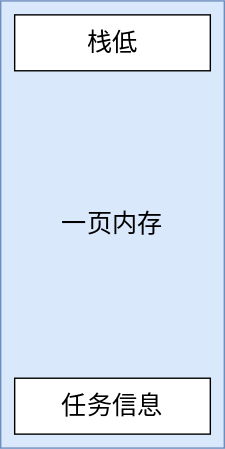
Earlier version of the draw.io export docs/images/task_01.drawio.svg (StevenBaby/onix). Source tidied: cells renumbered, new cells last; positions are measured from the earlier drawing's top-left corner, leaving out a move shared by most shapes.
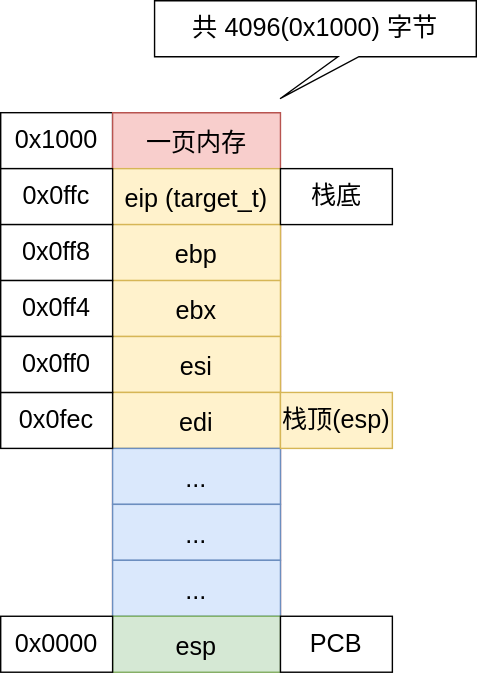
Above is the later version.

Diff of the diagram source:
```diff
@@ -2,14 +2,68 @@
   <root>
     <mxCell id="0" />
     <mxCell id="1" parent="0" />
+    <mxCell id="4" value="0x1000" style="rounded=0;whiteSpace=wrap;html=1;fontSize=18;" parent="1" vertex="1">
+      <mxGeometry x="240" y="120" width="80" height="40" as="geometry" />
+    </mxCell>
-    <mxCell id="2" value="一页内存" style="rounded=0;whiteSpace=wrap;html=1;fillColor=#dae8fc;strokeColor=#6c8ebf;fontSize=18;" parent="1" vertex="1">
-      <mxGeometry width="160" height="320" as="geometry" />
+    <mxCell id="2" value="一页内存" style="swimlane;fontStyle=0;horizontal=1;startSize=40;fillColor=#f8cecc;strokeColor=#b85450;fontSize=18;" parent="1" vertex="1">
+      <mxGeometry x="320" y="120" width="120" height="400" as="geometry" />
     </mxCell>
-    <mxCell id="3" value="栈低" style="rounded=0;whiteSpace=wrap;html=1;fontSize=18;" parent="1" vertex="1">
-      <mxGeometry x="10" y="10" width="140" height="40" as="geometry" />
-    </mxCell>
-    <mxCell id="4" value="任务信息" style="rounded=0;whiteSpace=wrap;html=1;fontSize=18;" parent="1" vertex="1">
-      <mxGeometry x="10" y="270" width="140" height="40" as="geometry" />
-    </mxCell>
+    <mxCell id="5" value="eip (target_t)" style="text;strokeColor=#d6b656;fillColor=#fff2cc;align=center;verticalAlign=middle;spacingLeft=4;spacingRight=4;overflow=hidden;fontSize=18;" parent="2" vertex="1">
+      <mxGeometry y="40" width="120" height="40" as="geometry" />
+    </mxCell>
+    <mxCell id="6" value="ebp" style="text;strokeColor=#d6b656;fillColor=#fff2cc;align=center;verticalAlign=middle;spacingLeft=4;spacingRight=4;overflow=hidden;fontSize=18;" parent="2" vertex="1">
+      <mxGeometry y="80" width="120" height="40" as="geometry" />
+    </mxCell>
+    <mxCell id="7" value="ebx" style="text;strokeColor=#d6b656;fillColor=#fff2cc;align=center;verticalAlign=middle;spacingLeft=4;spacingRight=4;overflow=hidden;fontSize=18;" parent="2" vertex="1">
+      <mxGeometry y="120" width="120" height="40" as="geometry" />
+    </mxCell>
+    <mxCell id="8" value="esi" style="text;strokeColor=#d6b656;fillColor=#fff2cc;align=center;verticalAlign=middle;spacingLeft=4;spacingRight=4;overflow=hidden;fontSize=18;" parent="2" vertex="1">
+      <mxGeometry y="160" width="120" height="40" as="geometry" />
+    </mxCell>
+    <mxCell id="9" value="edi" style="text;strokeColor=#d6b656;fillColor=#fff2cc;align=center;verticalAlign=middle;spacingLeft=4;spacingRight=4;overflow=hidden;fontSize=18;" parent="2" vertex="1">
+      <mxGeometry y="200" width="120" height="40" as="geometry" />
+    </mxCell>
+    <mxCell id="10" value="..." style="text;strokeColor=#6c8ebf;fillColor=#dae8fc;align=center;verticalAlign=middle;spacingLeft=4;spacingRight=4;overflow=hidden;fontSize=18;" parent="2" vertex="1">
+      <mxGeometry y="240" width="120" height="40" as="geometry" />
+    </mxCell>
+    <mxCell id="11" value="..." style="text;strokeColor=#6c8ebf;fillColor=#dae8fc;align=center;verticalAlign=middle;spacingLeft=4;spacingRight=4;overflow=hidden;fontSize=18;" parent="2" vertex="1">
+      <mxGeometry y="280" width="120" height="40" as="geometry" />
+    </mxCell>
+    <mxCell id="12" value="..." style="text;strokeColor=#6c8ebf;fillColor=#dae8fc;align=center;verticalAlign=middle;spacingLeft=4;spacingRight=4;overflow=hidden;fontSize=18;" parent="2" vertex="1">
+      <mxGeometry y="320" width="120" height="40" as="geometry" />
+    </mxCell>
+    <mxCell id="13" value="esp" style="text;strokeColor=#82b366;fillColor=#d5e8d4;align=center;verticalAlign=middle;spacingLeft=4;spacingRight=4;overflow=hidden;fontSize=18;" parent="2" vertex="1">
+      <mxGeometry y="360" width="120" height="40" as="geometry" />
+    </mxCell>
+    <mxCell id="14" value="共 4096(0x1000) 字节" style="shape=callout;whiteSpace=wrap;html=1;perimeter=calloutPerimeter;fontSize=18;position2=0.39;base=15;size=30;position=0.57;" parent="1" vertex="1">
+      <mxGeometry x="350" y="40" width="230" height="70" as="geometry" />
+    </mxCell>
+    <mxCell id="15" value="栈底" style="rounded=0;whiteSpace=wrap;html=1;fontSize=18;" parent="1" vertex="1">
+      <mxGeometry x="440" y="160" width="80" height="40" as="geometry" />
+    </mxCell>
+    <mxCell id="16" value="0x0ffc" style="rounded=0;whiteSpace=wrap;html=1;fontSize=18;" parent="1" vertex="1">
+      <mxGeometry x="240" y="160" width="80" height="40" as="geometry" />
+    </mxCell>
+    <mxCell id="17" value="0x0000" style="rounded=0;whiteSpace=wrap;html=1;fontSize=18;" parent="1" vertex="1">
+      <mxGeometry x="240" y="480" width="80" height="40" as="geometry" />
+    </mxCell>
+    <mxCell id="18" value="PCB" style="rounded=0;whiteSpace=wrap;html=1;fontSize=18;" parent="1" vertex="1">
+      <mxGeometry x="440" y="480" width="80" height="40" as="geometry" />
+    </mxCell>
+    <mxCell id="19" value="栈顶(esp)" style="rounded=0;whiteSpace=wrap;html=1;fontSize=18;fillColor=#fff2cc;strokeColor=#d6b656;" parent="1" vertex="1">
+      <mxGeometry x="440" y="320" width="80" height="40" as="geometry" />
+    </mxCell>
+    <mxCell id="20" value="0x0ff8" style="rounded=0;whiteSpace=wrap;html=1;fontSize=18;" parent="1" vertex="1">
+      <mxGeometry x="240" y="200" width="80" height="40" as="geometry" />
+    </mxCell>
+    <mxCell id="21" value="0x0fec" style="rounded=0;whiteSpace=wrap;html=1;fontSize=18;" parent="1" vertex="1">
+      <mxGeometry x="240" y="320" width="80" height="40" as="geometry" />
+    </mxCell>
+    <mxCell id="22" value="0x0ff4" style="rounded=0;whiteSpace=wrap;html=1;fontSize=18;" parent="1" vertex="1">
+      <mxGeometry x="240" y="240" width="80" height="40" as="geometry" />
+    </mxCell>
+    <mxCell id="23" value="0x0ff0" style="rounded=0;whiteSpace=wrap;html=1;fontSize=18;" parent="1" vertex="1">
+      <mxGeometry x="240" y="280" width="80" height="40" as="geometry" />
+    </mxCell>
   </root>
 </mxGraphModel>
```
